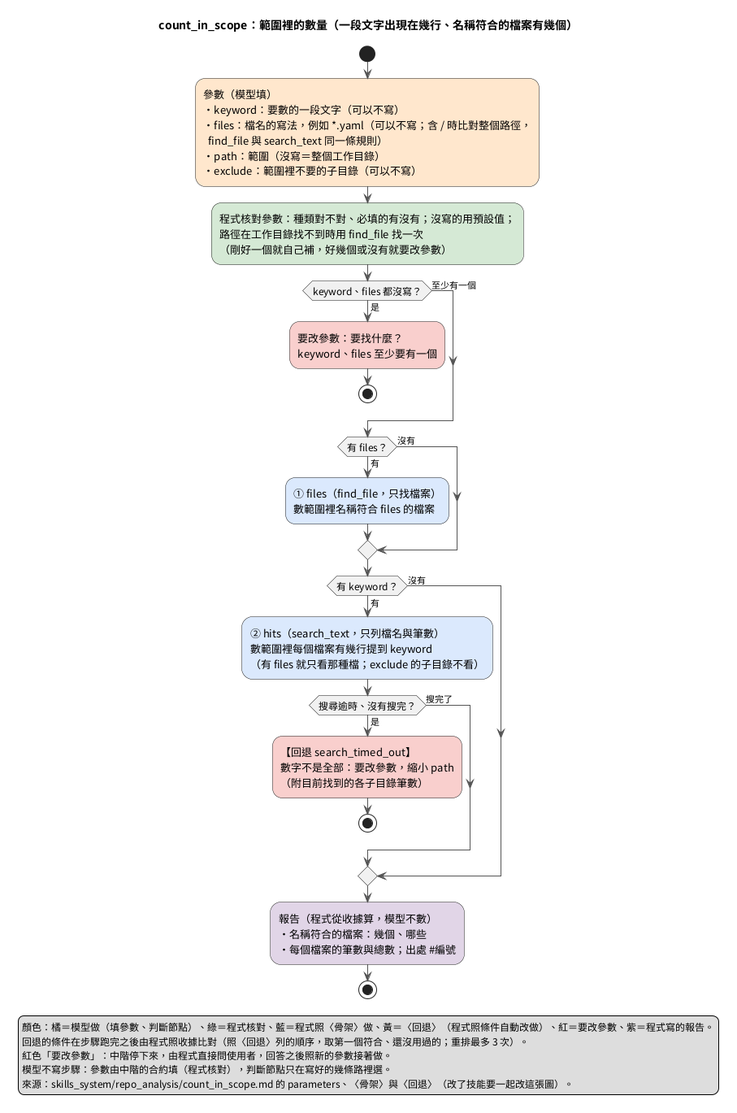
DavidZox/Coding_agnet keeps this PlantUML diagram as doc/images/複合技能_count_in_scope.png. Above is the earlier version.
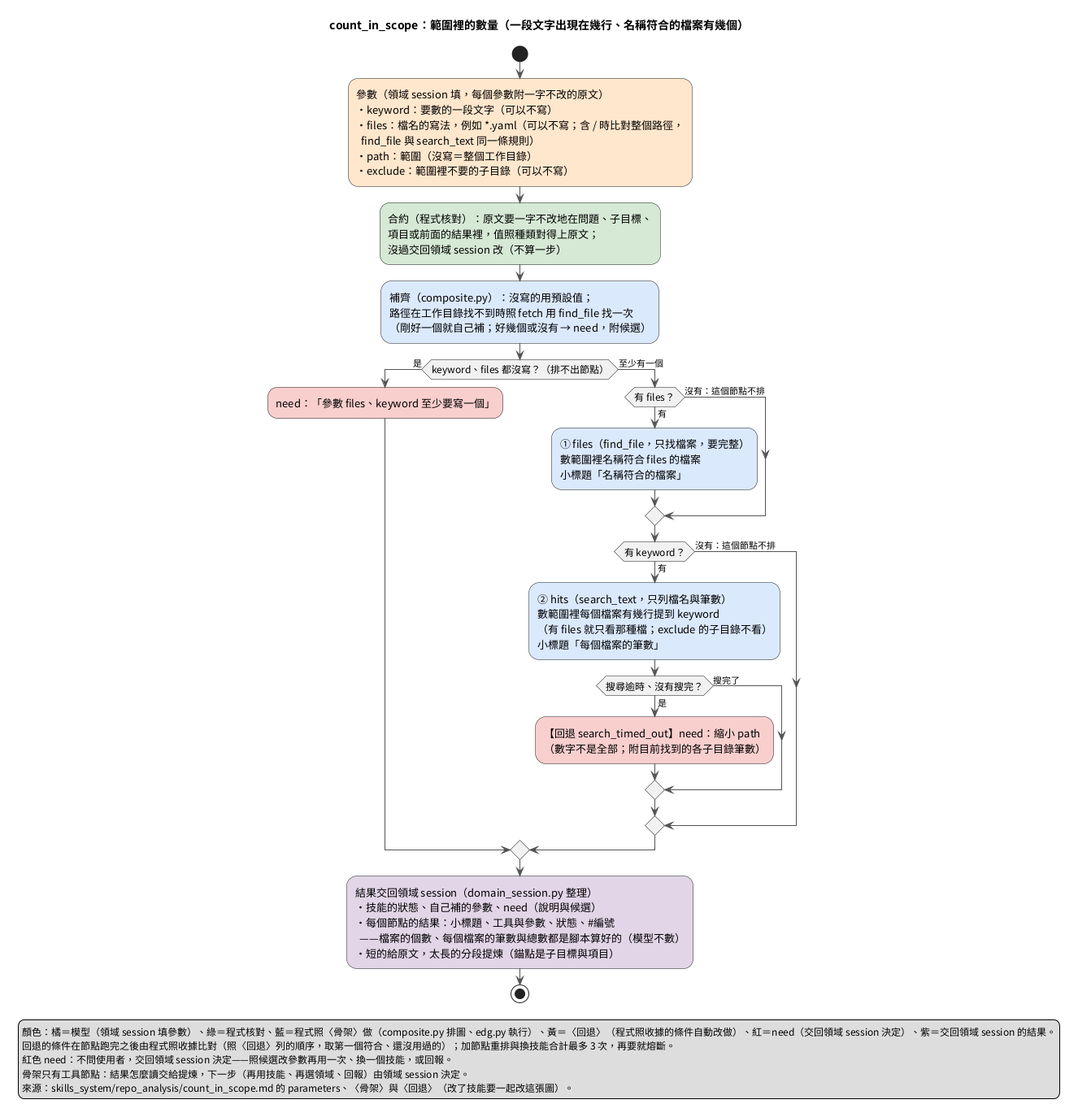
Above is the later version.

Diff of the diagram source:
```diff
@@ -9,48 +9,51 @@
 title count_in_scope：範圍裡的數量（一段文字出現在幾行、名稱符合的檔案有幾個）
 
 start
-:參數（模型填）
+:參數（領域 session 填，每個參數附一字不改的原文）
 ・keyword：要數的一段文字（可以不寫）
 ・files：檔名的寫法，例如 *.yaml（可以不寫；含 / 時比對整個路徑，
   find_file 與 search_text 同一條規則）
 ・path：範圍（沒寫＝整個工作目錄）
 ・exclude：範圍裡不要的子目錄（可以不寫）; <<#FFE6CC>>
-:程式核對參數：種類對不對、必填的有沒有；沒寫的用預設值；
-路徑在工作目錄找不到時用 find_file 找一次
-（剛好一個就自己補，好幾個或沒有就要改參數）; <<#D5E8D4>>
-if (keyword、files 都沒寫？) then (是)
-  :要改參數：要找什麼？
-  keyword、files 至少要有一個; <<#F8CECC>>
-  stop
+:合約（程式核對）：原文要一字不改地在問題、子目標、
+項目或前面的結果裡，值照種類對得上原文；
+沒過交回領域 session 改（不算一步）; <<#D5E8D4>>
+:補齊（composite.py）：沒寫的用預設值；
+路徑在工作目錄找不到時照 fetch 用 find_file 找一次
+（剛好一個就自己補；好幾個或沒有 → need，附候選）; <<#DAE8FC>>
+if (keyword、files 都沒寫？（排不出節點）) then (是)
+  :need：「參數 files、keyword 至少要寫一個」; <<#F8CECC>>
 else (至少有一個)
+  if (有 files？) then (有)
+    :① files（find_file，只找檔案，要完整）
+    數範圍裡名稱符合 files 的檔案
+    小標題「名稱符合的檔案」; <<#DAE8FC>>
+  else (沒有：這個節點不排)
+  endif
+  if (有 keyword？) then (有)
+    :② hits（search_text，只列檔名與筆數）
+    數範圍裡每個檔案有幾行提到 keyword
+    （有 files 就只看那種檔；exclude 的子目錄不看）
+    小標題「每個檔案的筆數」; <<#DAE8FC>>
+    if (搜尋逾時、沒有搜完？) then (是)
+      :【回退 search_timed_out】need：縮小 path
+      （數字不是全部；附目前找到的各子目錄筆數）; <<#F8CECC>>
+    else (搜完了)
+    endif
+  else (沒有：這個節點不排)
+  endif
 endif
-if (有 files？) then (有)
-  :① files（find_file，只找檔案）
-  數範圍裡名稱符合 files 的檔案; <<#DAE8FC>>
-else (沒有)
-endif
-if (有 keyword？) then (有)
-  :② hits（search_text，只列檔名與筆數）
-  數範圍裡每個檔案有幾行提到 keyword
-  （有 files 就只看那種檔；exclude 的子目錄不看）; <<#DAE8FC>>
-  if (搜尋逾時、沒有搜完？) then (是)
-    :【回退 search_timed_out】
-    數字不是全部：要改參數，縮小 path
-    （附目前找到的各子目錄筆數）; <<#F8CECC>>
-    stop
-  else (搜完了)
-  endif
-else (沒有)
-endif
-:報告（程式從收據算，模型不數）
-・名稱符合的檔案：幾個、哪些
-・每個檔案的筆數與總數；出處 #編號; <<#E1D5E7>>
+:結果交回領域 session（domain_session.py 整理）
+・技能的狀態、自己補的參數、need（說明與候選）
+・每個節點的結果：小標題、工具與參數、狀態、#編號
+  ——檔案的個數、每個檔案的筆數與總數都是腳本算好的（模型不數）
+・短的給原文，太長的分段提煉（錨點是子目標與項目）; <<#E1D5E7>>
 stop
 legend bottom
-  顏色：橘＝模型做（填參數、判斷節點）、綠＝程式核對、藍＝程式照〈骨架〉做、黃＝〈回退〉（程式照條件自動改做）、紅＝要改參數、紫＝程式寫的報告。
-  回退的條件在步驟跑完之後由程式照收據比對（照〈回退〉列的順序，取第一個符合、還沒用過的；重排最多 3 次）。
-  紅色「要改參數」：中階停下來，由程式直接問使用者，回答之後照新的參數接著做。
-  模型不寫步驟：參數由中階的合約填（程式核對），判斷節點只在寫好的幾條路裡選。
+  顏色：橘＝模型（領域 session 填參數）、綠＝程式核對、藍＝程式照〈骨架〉做（composite.py 排圖、edg.py 執行）、黃＝〈回退〉（程式照收據的條件自動改做）、紅＝need（交回領域 session 決定）、紫＝交回領域 session 的結果。
+  回退的條件在節點跑完之後由程式照收據比對（照〈回退〉列的順序，取第一個符合、還沒用過的）；加節點重排與換技能合計最多 3 次，再要就熔斷。
+  紅色 need：不問使用者，交回領域 session 決定——照候選改參數再用一次、換一個技能，或回報。
+  骨架只有工具節點：結果怎麼讀交給提煉，下一步（再用技能、再選領域、回報）由領域 session 決定。
   來源：skills_system/repo_analysis/count_in_scope.md 的 parameters、〈骨架〉與〈回退〉（改了技能要一起改這張圖）。
 endlegend
 @enduml
```
